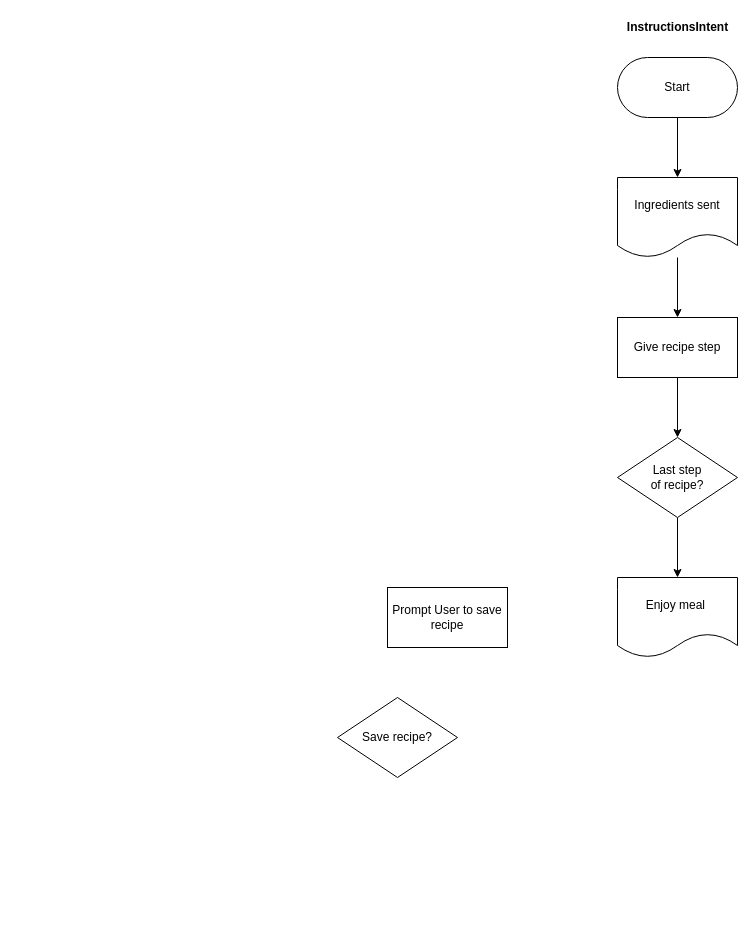
Before: instructions-intent.drawio in denaetions/stacked, a draw.io diagram. Source tidied: cells renumbered, new cells numbered last; positions are measured from the earlier drawing's top-left corner, leaving out a move shared by most shapes. Both pictures are drawn from the tidied source at 100%, with x=0, y=0 at pixel (337, 17).
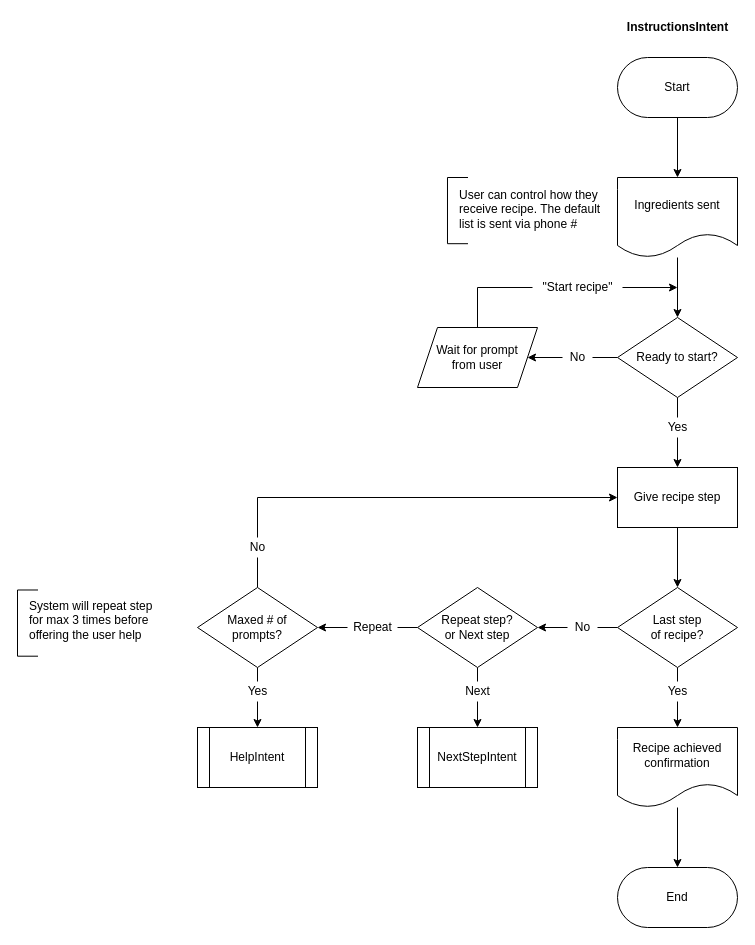
The same diagram, later.

Unchanged cells that the change refers to:
```xml
<mxCell id="6" value="Ingredients sent" style="shape=document;whiteSpace=wrap;html=1;boundedLbl=1;" parent="1" vertex="1">
  <mxGeometry x="280" y="160" width="120" height="80" as="geometry" />
</mxCell>
```

Diff of the diagram source:
```diff
@@
-    <mxCell id="5" style="edgeStyle=orthogonalEdgeStyle;rounded=0;jettySize=auto;html=1;" parent="1" edge="1" source="6" target="8">
+    <mxCell id="5" style="edgeStyle=orthogonalEdgeStyle;rounded=0;jettySize=auto;html=1;" parent="1" edge="1" source="30" target="8">
       <mxGeometry relative="1" as="geometry" />
     </mxCell>
@@
     <mxCell id="8" value="Give recipe step" style="rounded=0;whiteSpace=wrap;html=1;" parent="1" vertex="1">
-      <mxGeometry x="280" y="300" width="120" height="60" as="geometry" />
+      <mxGeometry x="280" y="450" width="120" height="60" as="geometry" />
     </mxCell>
@@
+    <mxCell id="14" style="edgeStyle=orthogonalEdgeStyle;rounded=0;jettySize=auto;html=1;exitX=0;exitY=0.5;exitDx=0;exitDy=0;" parent="1" edge="1" source="10" target="12">
+      <mxGeometry relative="1" as="geometry" />
+    </mxCell>
     <mxCell id="10" value="Last step &lt;br&gt;of recipe?" style="rhombus;whiteSpace=wrap;html=1;" parent="1" vertex="1">
-      <mxGeometry x="280" y="420" width="120" height="80" as="geometry" />
+      <mxGeometry x="280" y="570" width="120" height="80" as="geometry" />
     </mxCell>
-    <mxCell id="11" value="Prompt User to save recipe" style="rounded=0;whiteSpace=wrap;html=1;" parent="1" vertex="1">
-      <mxGeometry x="50" y="570" width="120" height="60" as="geometry" />
-    </mxCell>
+    <mxCell id="15" style="edgeStyle=orthogonalEdgeStyle;rounded=0;jettySize=auto;html=1;exitX=0;exitY=0.5;exitDx=0;exitDy=0;" parent="1" edge="1" source="12">
+      <mxGeometry relative="1" as="geometry">
+        <mxPoint x="-20" y="610" as="targetPoint" />
+      </mxGeometry>
+    </mxCell>
+    <mxCell id="16" style="edgeStyle=orthogonalEdgeStyle;rounded=0;jettySize=auto;html=1;exitX=0.5;exitY=1;exitDx=0;exitDy=0;" parent="1" edge="1" source="12" target="20">
+      <mxGeometry relative="1" as="geometry" />
+    </mxCell>
-    <mxCell id="12" value="Save recipe?" style="rhombus;whiteSpace=wrap;html=1;" parent="1" vertex="1">
-      <mxGeometry y="680" width="120" height="80" as="geometry" />
+    <mxCell id="12" value="Repeat step?&lt;br&gt;or Next step" style="rhombus;whiteSpace=wrap;html=1;" parent="1" vertex="1">
+      <mxGeometry x="80" y="570" width="120" height="80" as="geometry" />
     </mxCell>
+    <mxCell id="17" style="edgeStyle=orthogonalEdgeStyle;rounded=0;jettySize=auto;html=1;" parent="1" edge="1" source="13" target="18">
+      <mxGeometry relative="1" as="geometry" />
+    </mxCell>
-    <mxCell id="13" value="Enjoy meal&amp;nbsp;" style="shape=document;whiteSpace=wrap;html=1;boundedLbl=1;" parent="1" vertex="1">
-      <mxGeometry x="280" y="560" width="120" height="80" as="geometry" />
+    <mxCell id="13" value="Recipe achieved&lt;br&gt;confirmation" style="shape=document;whiteSpace=wrap;html=1;boundedLbl=1;" parent="1" vertex="1">
+      <mxGeometry x="280" y="710" width="120" height="80" as="geometry" />
     </mxCell>
+    <mxCell id="18" value="End" style="rounded=1;whiteSpace=wrap;html=1;arcSize=50;" parent="1" vertex="1">
+      <mxGeometry x="280" y="850" width="120" height="60" as="geometry" />
+    </mxCell>
+    <mxCell id="19" value="No" style="text;html=1;align=center;verticalAlign=middle;fillColor=#ffffff;" parent="1" vertex="1">
+      <mxGeometry x="230" y="600" width="30" height="20" as="geometry" />
+    </mxCell>
+    <mxCell id="20" value="NextStepIntent" style="shape=process;whiteSpace=wrap;html=1;backgroundOutline=1;fillColor=#ffffff;" parent="1" vertex="1">
+      <mxGeometry x="80" y="710" width="120" height="60" as="geometry" />
+    </mxCell>
+    <mxCell id="21" value="Next" style="text;html=1;align=center;verticalAlign=middle;fillColor=#ffffff;" parent="1" vertex="1">
+      <mxGeometry x="120" y="664" width="40" height="20" as="geometry" />
+    </mxCell>
+    <mxCell id="22" value="Repeat" style="text;html=1;align=center;verticalAlign=middle;fillColor=#ffffff;" parent="1" vertex="1">
+      <mxGeometry x="10" y="600" width="50" height="20" as="geometry" />
+    </mxCell>
+    <mxCell id="23" style="edgeStyle=orthogonalEdgeStyle;rounded=0;jettySize=auto;html=1;exitX=0.5;exitY=0;exitDx=0;exitDy=0;entryX=0;entryY=0.5;entryDx=0;entryDy=0;" parent="1" edge="1" source="25" target="8">
+      <mxGeometry relative="1" as="geometry" />
+    </mxCell>
+    <mxCell id="24" style="edgeStyle=orthogonalEdgeStyle;rounded=0;jettySize=auto;html=1;exitX=0.5;exitY=1;exitDx=0;exitDy=0;entryX=0.5;entryY=0;entryDx=0;entryDy=0;" parent="1" edge="1" source="25" target="26">
+      <mxGeometry relative="1" as="geometry" />
+    </mxCell>
+    <mxCell id="25" value="Maxed # of &lt;br&gt;prompts?" style="rhombus;whiteSpace=wrap;html=1;" parent="1" vertex="1">
+      <mxGeometry x="-140" y="570" width="120" height="80" as="geometry" />
+    </mxCell>
+    <mxCell id="26" value="HelpIntent" style="shape=process;whiteSpace=wrap;html=1;backgroundOutline=1;fillColor=#ffffff;" parent="1" vertex="1">
+      <mxGeometry x="-140" y="710" width="120" height="60" as="geometry" />
+    </mxCell>
+    <mxCell id="27" value="Yes" style="text;html=1;align=center;verticalAlign=middle;fillColor=#ffffff;" parent="1" vertex="1">
+      <mxGeometry x="-100" y="664" width="40" height="20" as="geometry" />
+    </mxCell>
+    <mxCell id="28" value="No" style="text;html=1;align=center;verticalAlign=middle;fillColor=#ffffff;" parent="1" vertex="1">
+      <mxGeometry x="-95" y="520" width="30" height="20" as="geometry" />
+    </mxCell>
+    <mxCell id="29" style="edgeStyle=orthogonalEdgeStyle;rounded=0;jettySize=auto;html=1;exitX=0;exitY=0.5;exitDx=0;exitDy=0;" parent="1" edge="1" source="30" target="33">
+      <mxGeometry relative="1" as="geometry" />
+    </mxCell>
+    <mxCell id="30" value="Ready to start?" style="rhombus;whiteSpace=wrap;html=1;" parent="1" vertex="1">
+      <mxGeometry x="280" y="300" width="120" height="80" as="geometry" />
+    </mxCell>
+    <mxCell id="31" style="edgeStyle=orthogonalEdgeStyle;rounded=0;jettySize=auto;html=1;" parent="1" edge="1" source="6" target="30">
+      <mxGeometry relative="1" as="geometry" />
+    </mxCell>
+    <mxCell id="32" style="edgeStyle=orthogonalEdgeStyle;rounded=0;jettySize=auto;html=1;exitX=0.5;exitY=0;exitDx=0;exitDy=0;" parent="1" edge="1" source="33">
+      <mxGeometry relative="1" as="geometry">
+        <mxPoint x="340" y="270" as="targetPoint" />
+        <Array as="points">
+          <mxPoint x="140" y="270" />
+          <mxPoint x="280" y="270" />
+        </Array>
+      </mxGeometry>
+    </mxCell>
+    <mxCell id="33" value="Wait for prompt&lt;br&gt;from user" style="shape=parallelogram;perimeter=parallelogramPerimeter;whiteSpace=wrap;html=1;fixedSize=1;fillColor=#ffffff;" parent="1" vertex="1">
+      <mxGeometry x="80" y="310" width="120" height="60" as="geometry" />
+    </mxCell>
+    <mxCell id="34" value="Yes" style="text;html=1;align=center;verticalAlign=middle;fillColor=#ffffff;" parent="1" vertex="1">
+      <mxGeometry x="320" y="400" width="40" height="20" as="geometry" />
+    </mxCell>
+    <mxCell id="35" value="No" style="text;html=1;align=center;verticalAlign=middle;fillColor=#ffffff;" parent="1" vertex="1">
+      <mxGeometry x="225" y="330" width="30" height="20" as="geometry" />
+    </mxCell>
+    <mxCell id="36" value="&quot;Start recipe&quot;" style="text;html=1;align=center;verticalAlign=middle;fillColor=#ffffff;" parent="1" vertex="1">
+      <mxGeometry x="195" y="260" width="90" height="20" as="geometry" />
+    </mxCell>
+    <mxCell id="37" value="Yes" style="text;html=1;align=center;verticalAlign=middle;fillColor=#ffffff;" parent="1" vertex="1">
+      <mxGeometry x="320" y="664" width="40" height="20" as="geometry" />
+    </mxCell>
+    <mxCell id="38" value="System will repeat step&amp;nbsp;&lt;br&gt;for max 3 times before&amp;nbsp;&lt;br&gt;offering the user help" style="text;html=1;align=left;verticalAlign=middle;" parent="1" vertex="1">
+      <mxGeometry x="-310" y="577.5" width="140" height="50" as="geometry" />
+    </mxCell>
+    <mxCell id="39" style="shape=partialRectangle;whiteSpace=wrap;html=1;bottom=1;right=1;left=1;top=0;fillColor=none;routingCenterX=-0.5;rotation=90;" parent="1" vertex="1">
+      <mxGeometry x="-343.1" y="595.6" width="66.2" height="20" as="geometry" />
+    </mxCell>
+    <mxCell id="40" value="User can control how they&lt;br&gt;receive recipe. The default&lt;br&gt;list is sent via phone #" style="text;html=1;align=left;verticalAlign=middle;" parent="1" vertex="1">
+      <mxGeometry x="120" y="167" width="160" height="50" as="geometry" />
+    </mxCell>
+    <mxCell id="41" style="shape=partialRectangle;whiteSpace=wrap;html=1;bottom=1;right=1;left=1;top=0;fillColor=none;routingCenterX=-0.5;rotation=90;" parent="1" vertex="1">
+      <mxGeometry x="86.9" y="183.1" width="66.2" height="20" as="geometry" />
+    </mxCell>
```
